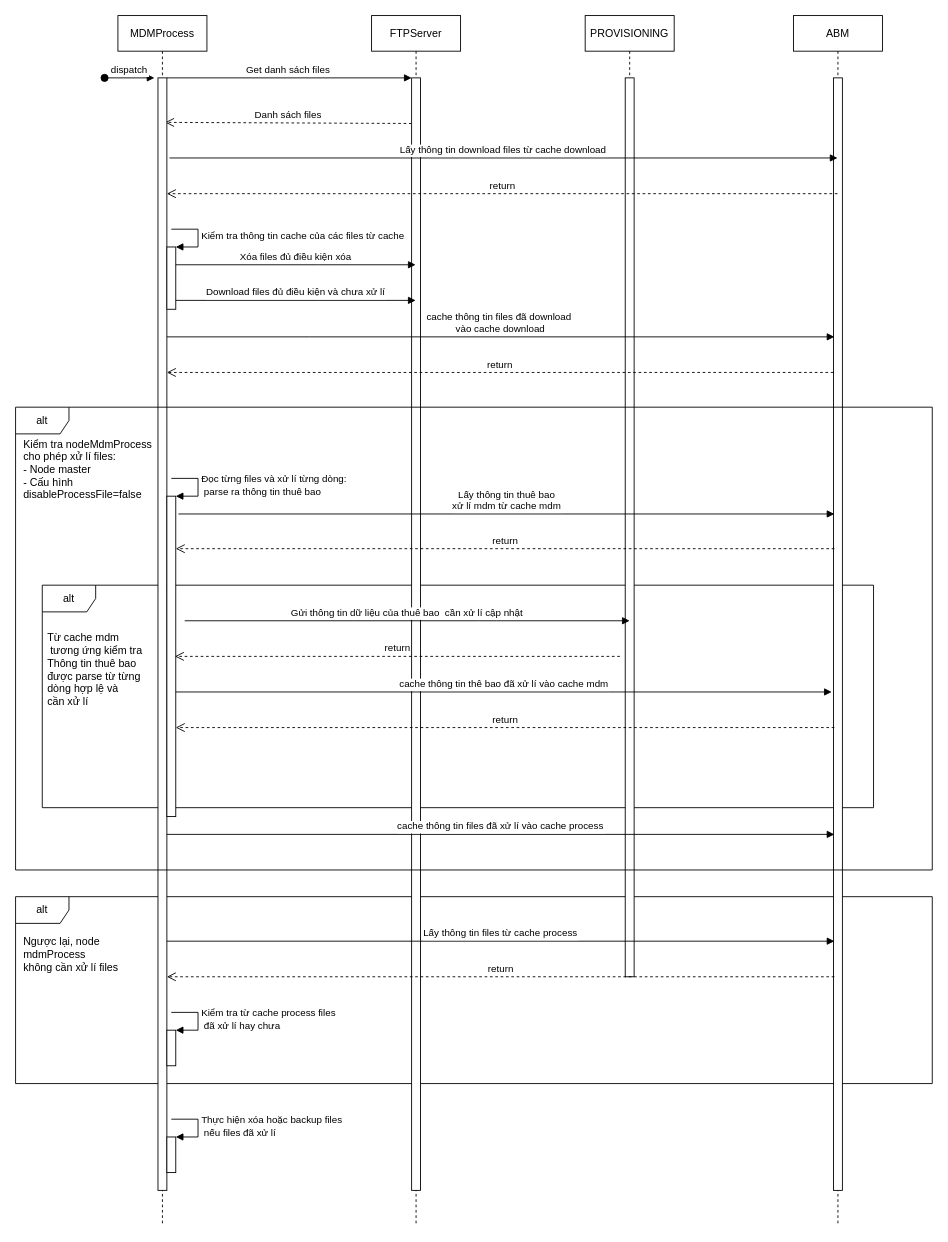
Before: Untitled Diagram.drawio in ndhcoder/my-configs, a draw.io diagram. Source tidied: cells renumbered, new cells numbered last; positions are measured from the earlier drawing's top-left corner, leaving out a move shared by most shapes. Both pictures are drawn from the tidied source at 89%, with x=0, y=0 at pixel (15, 15).
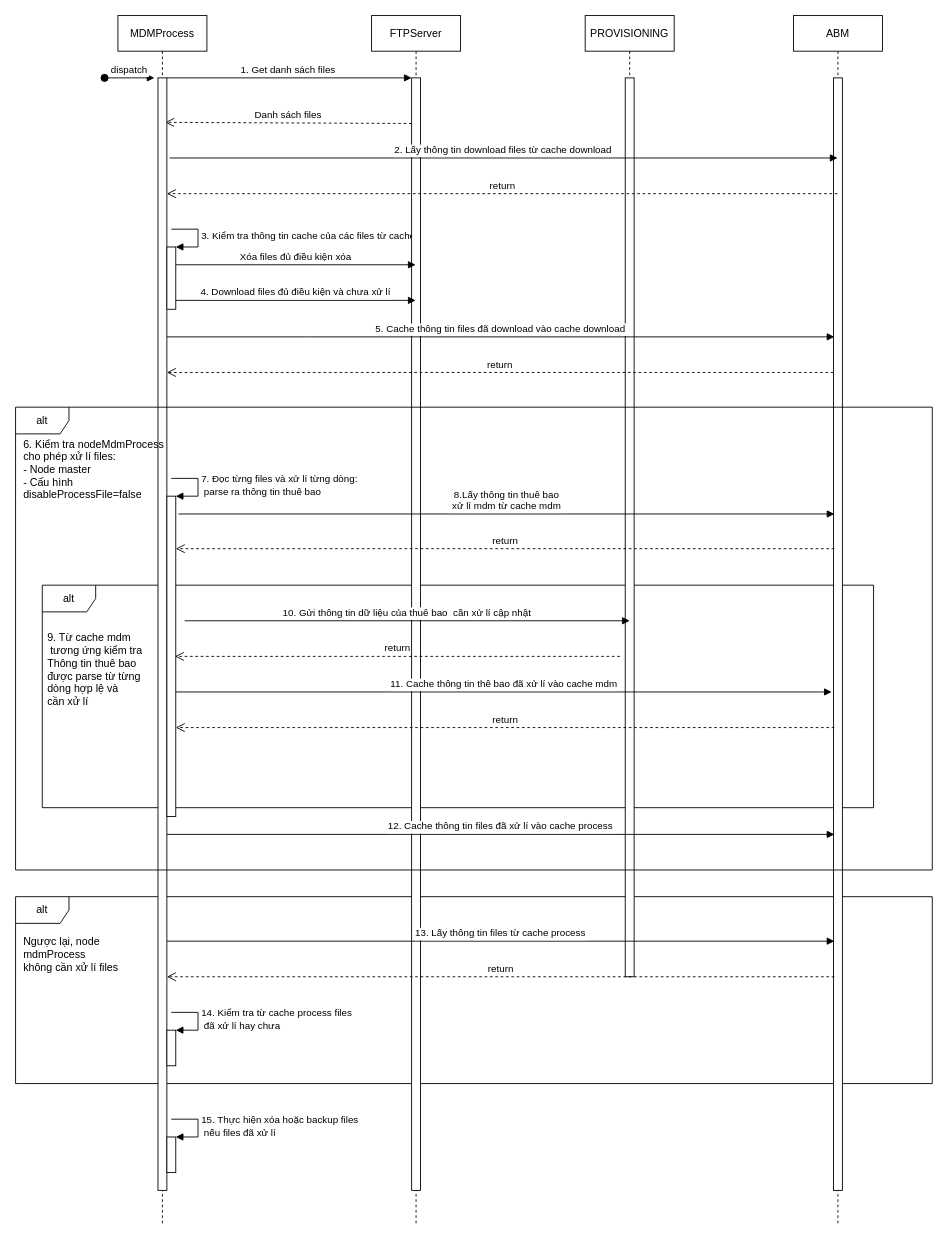
The same page after the edit.

Unchanged cells that the change refers to:
```xml
<mxCell id="4" value="MDMProcess" style="shape=umlLifeline;perimeter=lifelinePerimeter;rounded=0;shadow=0;strokeWidth=1;" parent="1" vertex="1">
  <mxGeometry x="115" width="100" height="1360" as="geometry" />
</mxCell>
<mxCell id="7" style="points=[];perimeter=orthogonalPerimeter;rounded=0;shadow=0;strokeWidth=1;" parent="4" vertex="1">
  <mxGeometry x="45" y="70" width="10" height="1250" as="geometry" />
</mxCell>
<mxCell id="8" style="html=1;points=[];perimeter=orthogonalPerimeter;" parent="4" vertex="1">
  <mxGeometry x="55" y="260" width="10" height="70" as="geometry" />
</mxCell>
<mxCell id="10" style="html=1;points=[];perimeter=orthogonalPerimeter;" parent="4" vertex="1">
  <mxGeometry x="55" y="1140" width="10" height="40" as="geometry" />
</mxCell>
<mxCell id="12" style="html=1;points=[];perimeter=orthogonalPerimeter;" parent="4" vertex="1">
  <mxGeometry x="55" y="1260" width="10" height="40" as="geometry" />
</mxCell>
<mxCell id="15" style="points=[];perimeter=orthogonalPerimeter;rounded=0;shadow=0;strokeWidth=1;" parent="14" vertex="1">
  <mxGeometry x="45" y="70" width="10" height="1250" as="geometry" />
</mxCell>
<mxCell id="19" value="ABM" style="shape=umlLifeline;perimeter=lifelinePerimeter;rounded=0;shadow=0;strokeWidth=1;" parent="1" vertex="1">
  <mxGeometry x="874" width="100" height="1360" as="geometry" />
</mxCell>
<mxCell id="29" style="html=1;points=[];perimeter=orthogonalPerimeter;" parent="1" vertex="1">
  <mxGeometry x="170" y="540" width="10" height="360" as="geometry" />
</mxCell>
```

Change to the diagram source:
```diff
@@
-    <mxCell id="9" value="Kiểm tra thông tin cache của các files từ cache" style="edgeStyle=orthogonalEdgeStyle;html=1;align=left;spacingLeft=2;endArrow=block;rounded=0;entryX=1;entryY=0;" parent="4" edge="1" target="8">
+    <mxCell id="9" value="3. Kiểm tra thông tin cache của các files từ cache" style="edgeStyle=orthogonalEdgeStyle;html=1;align=left;spacingLeft=2;endArrow=block;rounded=0;entryX=1;entryY=0;" parent="4" edge="1" target="8">
       <mxGeometry relative="1" as="geometry">
         <mxPoint x="60" y="240" as="sourcePoint" />
         <Array as="points">
           <mxPoint x="90" y="240" />
         </Array>
       </mxGeometry>
     </mxCell>
@@
-    <mxCell id="11" value="Kiểm tra từ cache process files&lt;br&gt;&amp;nbsp;đã xử lí hay chưa" style="edgeStyle=orthogonalEdgeStyle;html=1;align=left;spacingLeft=2;endArrow=block;rounded=0;entryX=1;entryY=0;" parent="4" edge="1" target="10">
+    <mxCell id="11" value="14. Kiểm tra từ cache process files&lt;br&gt;&amp;nbsp;đã xử lí hay chưa" style="edgeStyle=orthogonalEdgeStyle;html=1;align=left;spacingLeft=2;endArrow=block;rounded=0;entryX=1;entryY=0;" parent="4" edge="1" target="10">
       <mxGeometry relative="1" as="geometry">
         <mxPoint x="60" y="1120" as="sourcePoint" />
         <Array as="points">
           <mxPoint x="90" y="1120" />
         </Array>
       </mxGeometry>
     </mxCell>
@@
-    <mxCell id="13" value="Thực hiện xóa hoặc backup files&lt;br&gt;&amp;nbsp;nếu files đã xử lí" style="edgeStyle=orthogonalEdgeStyle;html=1;align=left;spacingLeft=2;endArrow=block;rounded=0;entryX=1;entryY=0;" parent="4" edge="1" target="12">
+    <mxCell id="13" value="15. Thực hiện xóa hoặc backup files&lt;br&gt;&amp;nbsp;nếu files đã xử lí" style="edgeStyle=orthogonalEdgeStyle;html=1;align=left;spacingLeft=2;endArrow=block;rounded=0;entryX=1;entryY=0;" parent="4" edge="1" target="12">
       <mxGeometry relative="1" as="geometry">
         <mxPoint x="60" y="1240" as="sourcePoint" />
         <Array as="points">
           <mxPoint x="90" y="1240" />
         </Array>
       </mxGeometry>
     </mxCell>
@@
-    <mxCell id="16" value="Get danh sách files " style="verticalAlign=bottom;endArrow=block;entryX=0;entryY=0;shadow=0;strokeWidth=1;" parent="1" edge="1" source="7" target="15">
+    <mxCell id="16" value="1. Get danh sách files " style="verticalAlign=bottom;endArrow=block;entryX=0;entryY=0;shadow=0;strokeWidth=1;" parent="1" edge="1" source="7" target="15">
       <mxGeometry relative="1" as="geometry" />
     </mxCell>
@@
-    <mxCell id="21" value="Lấy thông tin download files từ cache download" style="verticalAlign=bottom;endArrow=block;shadow=0;strokeWidth=1;" parent="1" edge="1" target="19">
+    <mxCell id="21" value="2. Lấy thông tin download files từ cache download" style="verticalAlign=bottom;endArrow=block;shadow=0;strokeWidth=1;" parent="1" edge="1" target="19">
       <mxGeometry relative="1" as="geometry">
         <mxPoint x="173" y="160" as="sourcePoint" />
       </mxGeometry>
     </mxCell>
-    <mxCell id="22" value="cache thông tin files đã download &#10;vào cache download" style="verticalAlign=bottom;endArrow=block;shadow=0;strokeWidth=1;" parent="1" edge="1">
+    <mxCell id="22" value="5. Cache thông tin files đã download vào cache download" style="verticalAlign=bottom;endArrow=block;shadow=0;strokeWidth=1;" parent="1" edge="1">
       <mxGeometry relative="1" as="geometry">
         <mxPoint x="170" y="361" as="sourcePoint" />
         <mxPoint x="920" y="361" as="targetPoint" />
         <Array as="points">
           <mxPoint x="340" y="361" />
         </Array>
       </mxGeometry>
     </mxCell>
@@
-    <mxCell id="25" value="Kiểm tra nodeMdmProcess&amp;nbsp;&lt;br&gt;cho phép xử lí files:&amp;nbsp;&lt;br&gt;- Node master&lt;br&gt;- Cấu hình &lt;br&gt;disableProcessFile=false" style="text;html=1;align=left;verticalAlign=middle;strokeColor=none;fillColor=none;" parent="1" vertex="1">
-      <mxGeometry x="7" y="470" width="160" height="80" as="geometry" />
+    <mxCell id="25" value="6. Kiểm tra nodeMdmProcess&amp;nbsp;&lt;br&gt;cho phép xử lí files:&amp;nbsp;&lt;br&gt;- Node master&lt;br&gt;- Cấu hình &lt;br&gt;disableProcessFile=false" style="text;html=1;align=left;verticalAlign=middle;strokeColor=none;fillColor=none;" parent="1" vertex="1">
+      <mxGeometry x="7" y="470" width="180" height="80" as="geometry" />
     </mxCell>
@@
-    <mxCell id="27" value="Download files đủ điều kiện và chưa xử lí" style="verticalAlign=bottom;endArrow=block;shadow=0;strokeWidth=1;" parent="1" edge="1">
+    <mxCell id="27" value="4. Download files đủ điều kiện và chưa xử lí" style="verticalAlign=bottom;endArrow=block;shadow=0;strokeWidth=1;" parent="1" edge="1">
       <mxGeometry relative="1" as="geometry">
         <mxPoint x="180" y="320" as="sourcePoint" />
         <mxPoint x="449.5" y="320" as="targetPoint" />
         <Array as="points">
           <mxPoint x="350" y="320" />
         </Array>
       </mxGeometry>
     </mxCell>
@@
-    <mxCell id="30" value="Đọc từng files và xử lí từng dòng:&lt;br&gt;&amp;nbsp;parse ra thông tin thuê bao&amp;nbsp;" style="edgeStyle=orthogonalEdgeStyle;html=1;align=left;spacingLeft=2;endArrow=block;rounded=0;entryX=1;entryY=0;" parent="1" edge="1" target="29">
+    <mxCell id="30" value="7. Đọc từng files và xử lí từng dòng:&lt;br&gt;&amp;nbsp;parse ra thông tin thuê bao&amp;nbsp;" style="edgeStyle=orthogonalEdgeStyle;html=1;align=left;spacingLeft=2;endArrow=block;rounded=0;entryX=1;entryY=0;" parent="1" edge="1" target="29">
       <mxGeometry relative="1" as="geometry">
         <mxPoint x="175" y="520" as="sourcePoint" />
         <Array as="points">
           <mxPoint x="205" y="520" />
         </Array>
       </mxGeometry>
     </mxCell>
-    <mxCell id="31" value="Lấy thông tin thuê bao &#10;xử lí mdm từ cache mdm" style="verticalAlign=bottom;endArrow=block;shadow=0;strokeWidth=1;" parent="1" edge="1">
+    <mxCell id="31" value="8.Lấy thông tin thuê bao &#10;xử lí mdm từ cache mdm" style="verticalAlign=bottom;endArrow=block;shadow=0;strokeWidth=1;" parent="1" edge="1">
       <mxGeometry relative="1" as="geometry">
         <mxPoint x="183" y="560" as="sourcePoint" />
         <mxPoint x="920" y="560" as="targetPoint" />
       </mxGeometry>
     </mxCell>
@@
-    <mxCell id="33" value="Gửi thông tin dữ liệu của thuê bao  cần xử lí cập nhật" style="verticalAlign=bottom;endArrow=block;shadow=0;strokeWidth=1;" parent="1" edge="1">
+    <mxCell id="33" value="10. Gửi thông tin dữ liệu của thuê bao  cần xử lí cập nhật" style="verticalAlign=bottom;endArrow=block;shadow=0;strokeWidth=1;" parent="1" edge="1">
       <mxGeometry relative="1" as="geometry">
         <mxPoint x="190" y="680" as="sourcePoint" />
         <mxPoint x="690" y="680" as="targetPoint" />
         <Array as="points">
           <mxPoint x="370" y="680" />
           <mxPoint x="530" y="680" />
         </Array>
       </mxGeometry>
     </mxCell>
@@
-    <mxCell id="36" value="Từ cache mdm&lt;br&gt;&amp;nbsp;tương ứng kiểm tra&lt;br&gt;Thông tin thuê bao &lt;br&gt;được parse từ từng&amp;nbsp;&lt;br&gt;dòng hợp lệ và &lt;br&gt;cần xử lí" style="text;html=1;align=left;verticalAlign=middle;strokeColor=none;fillColor=none;" parent="1" vertex="1">
+    <mxCell id="36" value="9. Từ cache mdm&lt;br&gt;&amp;nbsp;tương ứng kiểm tra&lt;br&gt;Thông tin thuê bao &lt;br&gt;được parse từ từng&amp;nbsp;&lt;br&gt;dòng hợp lệ và &lt;br&gt;cần xử lí" style="text;html=1;align=left;verticalAlign=middle;strokeColor=none;fillColor=none;" parent="1" vertex="1">
       <mxGeometry x="34" y="690" width="120" height="90" as="geometry" />
     </mxCell>
-    <mxCell id="37" value="cache thông tin thê bao đã xử lí vào cache mdm" style="verticalAlign=bottom;endArrow=block;shadow=0;strokeWidth=1;" parent="1" edge="1">
+    <mxCell id="37" value="11. Cache thông tin thê bao đã xử lí vào cache mdm" style="verticalAlign=bottom;endArrow=block;shadow=0;strokeWidth=1;" parent="1" edge="1">
       <mxGeometry relative="1" as="geometry">
         <mxPoint x="180" y="760" as="sourcePoint" />
         <mxPoint x="917" y="760" as="targetPoint" />
       </mxGeometry>
     </mxCell>
-    <mxCell id="38" value="cache thông tin files đã xử lí vào cache process" style="verticalAlign=bottom;endArrow=block;shadow=0;strokeWidth=1;" parent="1" edge="1">
+    <mxCell id="38" value="12. Cache thông tin files đã xử lí vào cache process" style="verticalAlign=bottom;endArrow=block;shadow=0;strokeWidth=1;" parent="1" edge="1">
       <mxGeometry relative="1" as="geometry">
         <mxPoint x="170" y="920" as="sourcePoint" />
         <mxPoint x="920" y="920" as="targetPoint" />
       </mxGeometry>
     </mxCell>
@@
-    <mxCell id="40" value="Lấy thông tin files từ cache process" style="verticalAlign=bottom;endArrow=block;shadow=0;strokeWidth=1;" parent="1" edge="1">
+    <mxCell id="40" value="13. Lấy thông tin files từ cache process" style="verticalAlign=bottom;endArrow=block;shadow=0;strokeWidth=1;" parent="1" edge="1">
       <mxGeometry relative="1" as="geometry">
         <mxPoint x="170" y="1040" as="sourcePoint" />
         <mxPoint x="920" y="1040" as="targetPoint" />
       </mxGeometry>
     </mxCell>
```
